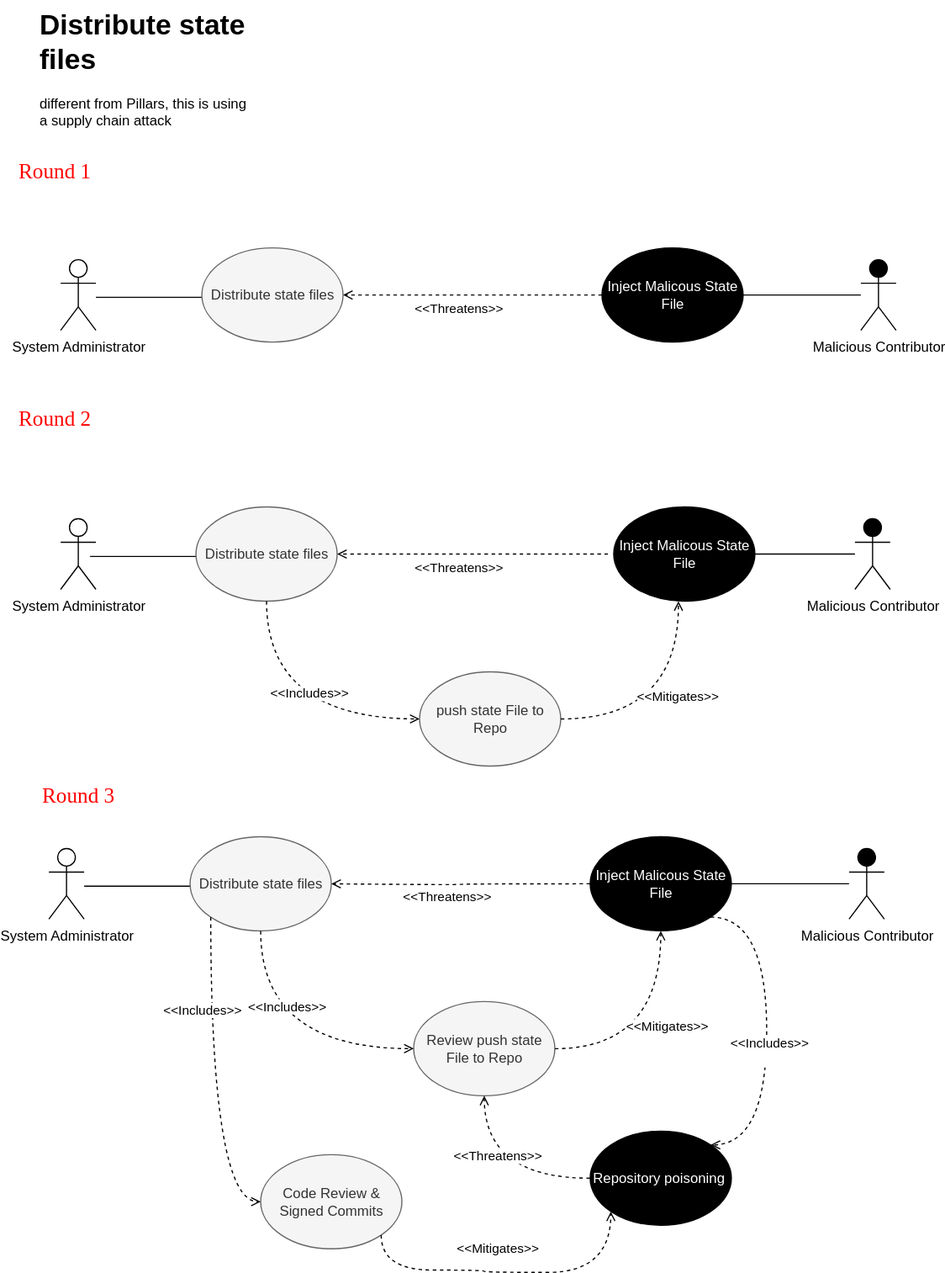
Before: use_cases/Use_Misuse_case_John.svg, a diagram exported from draw.io (smfarjad/CYBR8420_Team3). Source tidied: cells renumbered, new cells last; positions are measured from the earlier drawing's top-left corner, leaving out a move shared by most shapes. Source of this version:
```xml
<mxGraphModel>
  <root>
    <mxCell id="0" />
    <mxCell id="1" parent="0" />
    <mxCell id="2" value="System Administrator" style="shape=umlActor;verticalLabelPosition=bottom;verticalAlign=top;html=1;fillColor=#FFFFFF;" parent="1" vertex="1">
      <mxGeometry x="40" y="220" width="30" height="60" as="geometry" />
    </mxCell>
    <mxCell id="3" style="endArrow=none;html=1;" parent="1" edge="1">
      <mxGeometry relative="1" as="geometry">
        <mxPoint x="70" y="252" as="sourcePoint" />
        <mxPoint x="160" y="252" as="targetPoint" />
      </mxGeometry>
    </mxCell>
    <mxCell id="4" value="Distribute state files" style="ellipse;whiteSpace=wrap;html=1;fillColor=#f5f5f5;fontColor=#333333;strokeColor=#666666;" parent="1" vertex="1">
      <mxGeometry x="160" y="210" width="120" height="80" as="geometry" />
    </mxCell>
    <mxCell id="5" style="edgeStyle=orthogonalEdgeStyle;rounded=0;jettySize=auto;html=1;entryX=1;entryY=0.5;entryDx=0;entryDy=0;endArrow=none;endFill=0;" parent="1" edge="1" source="6">
      <mxGeometry relative="1" as="geometry">
        <mxPoint x="620" y="250" as="targetPoint" />
      </mxGeometry>
    </mxCell>
    <mxCell id="6" value="Malicious Contributor" style="shape=umlActor;verticalLabelPosition=bottom;verticalAlign=top;html=1;outlineConnect=0;fillColor=#000000;" parent="1" vertex="1">
      <mxGeometry x="720" y="220" width="30" height="60" as="geometry" />
    </mxCell>
    <mxCell id="7" style="edgeStyle=orthogonalEdgeStyle;curved=1;rounded=0;jettySize=auto;html=1;entryX=1;entryY=0.5;entryDx=0;entryDy=0;dashed=1;endArrow=open;endFill=0;strokeWidth=1;" parent="1" edge="1" source="9">
      <mxGeometry relative="1" as="geometry">
        <mxPoint x="280" y="250" as="targetPoint" />
      </mxGeometry>
    </mxCell>
    <mxCell id="8" value="&amp;lt;&amp;lt;Threatens&amp;gt;&amp;gt;" style="edgeLabel;html=1;align=center;verticalAlign=middle;" parent="7" vertex="1">
      <mxGeometry x="0.11" y="1" relative="1" as="geometry">
        <mxPoint y="9" as="offset" />
      </mxGeometry>
    </mxCell>
    <mxCell id="9" value="Inject Malicous State File" style="ellipse;whiteSpace=wrap;html=1;fillColor=#000000;fontColor=#FFFFFF;" parent="1" vertex="1">
      <mxGeometry x="500" y="210" width="120" height="80" as="geometry" />
    </mxCell>
    <mxCell id="10" value="&lt;h1 style=&quot;margin-top: 0px;&quot;&gt;Distribute state files&lt;/h1&gt;&lt;div&gt;different from Pillars, this is using a supply chain attack&amp;nbsp;&lt;/div&gt;" style="text;html=1;whiteSpace=wrap;overflow=hidden;rounded=0;" parent="1" vertex="1">
      <mxGeometry x="20" width="180" height="120" as="geometry" />
    </mxCell>
    <mxCell id="11" value="&lt;font face=&quot;Times New Roman&quot; style=&quot;color: rgb(255, 0, 0); font-size: 18px;&quot;&gt;Round 1&lt;/font&gt;" style="text;html=1;align=center;verticalAlign=middle;whiteSpace=wrap;rounded=0;" parent="1" vertex="1">
      <mxGeometry y="130" width="70" height="30" as="geometry" />
    </mxCell>
    <mxCell id="12" value="System Administrator" style="shape=umlActor;verticalLabelPosition=bottom;verticalAlign=top;html=1;fillColor=#FFFFFF;" parent="1" vertex="1">
      <mxGeometry x="30" y="720" width="30" height="60" as="geometry" />
    </mxCell>
    <mxCell id="13" style="endArrow=none;html=1;" parent="1" edge="1">
      <mxGeometry relative="1" as="geometry">
        <mxPoint x="60" y="752" as="sourcePoint" />
        <mxPoint x="150" y="752" as="targetPoint" />
      </mxGeometry>
    </mxCell>
    <mxCell id="14" value="Distribute state files" style="ellipse;whiteSpace=wrap;html=1;fillColor=#f5f5f5;fontColor=#333333;strokeColor=#666666;" parent="1" vertex="1">
      <mxGeometry x="150" y="710" width="120" height="80" as="geometry" />
    </mxCell>
    <mxCell id="15" value="Review push state File to Repo" style="ellipse;whiteSpace=wrap;html=1;fillColor=#f5f5f5;fontColor=#333333;strokeColor=#666666;" parent="1" vertex="1">
      <mxGeometry x="340" y="850" width="120" height="80" as="geometry" />
    </mxCell>
    <mxCell id="16" style="endArrow=open;dashed=1;html=1;entryX=0;entryY=0.5;entryDx=0;entryDy=0;edgeStyle=orthogonalEdgeStyle;curved=1;endFill=0;strokeWidth=1;exitX=0.5;exitY=1;exitDx=0;exitDy=0;" parent="1" edge="1" source="14" target="15">
      <mxGeometry relative="1" as="geometry" />
    </mxCell>
    <mxCell id="17" value="&amp;lt;&amp;lt;Includes&amp;gt;&amp;gt;" style="edgeLabel;html=1;align=center;verticalAlign=middle;" parent="16" vertex="1">
      <mxGeometry x="-0.45" y="21" relative="1" as="geometry" />
    </mxCell>
    <mxCell id="18" style="edgeStyle=orthogonalEdgeStyle;rounded=0;jettySize=auto;html=1;entryX=1;entryY=0.5;entryDx=0;entryDy=0;endArrow=none;endFill=0;" parent="1" edge="1" source="19">
      <mxGeometry relative="1" as="geometry">
        <mxPoint x="610" y="750" as="targetPoint" />
      </mxGeometry>
    </mxCell>
    <mxCell id="19" value="Malicious Contributor" style="shape=umlActor;verticalLabelPosition=bottom;verticalAlign=top;html=1;outlineConnect=0;fillColor=#000000;" parent="1" vertex="1">
      <mxGeometry x="710" y="720" width="30" height="60" as="geometry" />
    </mxCell>
    <mxCell id="20" style="edgeStyle=orthogonalEdgeStyle;curved=1;rounded=0;jettySize=auto;html=1;entryX=1;entryY=0.5;entryDx=0;entryDy=0;dashed=1;endArrow=open;endFill=0;strokeWidth=1;" parent="1" edge="1" source="22">
      <mxGeometry relative="1" as="geometry">
        <mxPoint x="270" y="750" as="targetPoint" />
        <Array as="points">
          <mxPoint x="380" y="750" />
          <mxPoint x="380" y="751" />
        </Array>
      </mxGeometry>
    </mxCell>
    <mxCell id="21" value="&amp;lt;&amp;lt;Threatens&amp;gt;&amp;gt;" style="edgeLabel;html=1;align=center;verticalAlign=middle;" parent="20" vertex="1">
      <mxGeometry x="0.11" y="1" relative="1" as="geometry">
        <mxPoint y="9" as="offset" />
      </mxGeometry>
    </mxCell>
    <mxCell id="22" value="Inject Malicous State File" style="ellipse;whiteSpace=wrap;html=1;fillColor=#000000;fontColor=#FFFFFF;" parent="1" vertex="1">
      <mxGeometry x="490" y="710" width="120" height="80" as="geometry" />
    </mxCell>
    <mxCell id="23" style="edgeStyle=orthogonalEdgeStyle;curved=1;rounded=0;jettySize=auto;html=1;dashed=1;endArrow=open;endFill=0;strokeWidth=1;exitX=1;exitY=0.5;exitDx=0;exitDy=0;entryX=0.5;entryY=1;entryDx=0;entryDy=0;" parent="1" edge="1" source="15" target="22">
      <mxGeometry relative="1" as="geometry" />
    </mxCell>
    <mxCell id="24" value="&amp;lt;&amp;lt;Mitigates&amp;gt;&amp;gt;" style="edgeLabel;html=1;align=center;verticalAlign=middle;" parent="23" vertex="1">
      <mxGeometry x="-0.23" y="23" relative="1" as="geometry">
        <mxPoint x="21" y="3" as="offset" />
      </mxGeometry>
    </mxCell>
    <mxCell id="25" value="&lt;font face=&quot;Times New Roman&quot; style=&quot;color: rgb(255, 0, 0); font-size: 18px;&quot;&gt;Round 2&lt;/font&gt;" style="text;html=1;align=center;verticalAlign=middle;whiteSpace=wrap;rounded=0;" parent="1" vertex="1">
      <mxGeometry y="340" width="70" height="30" as="geometry" />
    </mxCell>
    <mxCell id="26" value="System Administrator" style="shape=umlActor;verticalLabelPosition=bottom;verticalAlign=top;html=1;fillColor=#FFFFFF;" parent="1" vertex="1">
      <mxGeometry x="40" y="440" width="30" height="60" as="geometry" />
    </mxCell>
    <mxCell id="27" style="endArrow=none;html=1;" parent="1" edge="1">
      <mxGeometry relative="1" as="geometry">
        <mxPoint x="65" y="472" as="sourcePoint" />
        <mxPoint x="155" y="472" as="targetPoint" />
      </mxGeometry>
    </mxCell>
    <mxCell id="28" value="Distribute state files" style="ellipse;whiteSpace=wrap;html=1;fillColor=#f5f5f5;fontColor=#333333;strokeColor=#666666;" parent="1" vertex="1">
      <mxGeometry x="155" y="430" width="120" height="80" as="geometry" />
    </mxCell>
    <mxCell id="29" value="push state File to Repo" style="ellipse;whiteSpace=wrap;html=1;fillColor=#f5f5f5;fontColor=#333333;strokeColor=#666666;" parent="1" vertex="1">
      <mxGeometry x="345" y="570" width="120" height="80" as="geometry" />
    </mxCell>
    <mxCell id="30" style="endArrow=open;dashed=1;html=1;entryX=0;entryY=0.5;entryDx=0;entryDy=0;edgeStyle=orthogonalEdgeStyle;curved=1;endFill=0;strokeWidth=1;exitX=0.5;exitY=1;exitDx=0;exitDy=0;" parent="1" edge="1" source="28" target="29">
      <mxGeometry relative="1" as="geometry" />
    </mxCell>
    <mxCell id="31" value="&amp;lt;&amp;lt;Includes&amp;gt;&amp;gt;" style="edgeLabel;html=1;align=center;verticalAlign=middle;" parent="30" vertex="1">
      <mxGeometry x="0.17" y="23" relative="1" as="geometry" />
    </mxCell>
    <mxCell id="32" style="edgeStyle=orthogonalEdgeStyle;rounded=0;jettySize=auto;html=1;entryX=1;entryY=0.5;entryDx=0;entryDy=0;endArrow=none;endFill=0;" parent="1" edge="1" source="33">
      <mxGeometry relative="1" as="geometry">
        <mxPoint x="615" y="470" as="targetPoint" />
      </mxGeometry>
    </mxCell>
    <mxCell id="33" value="Malicious Contributor" style="shape=umlActor;verticalLabelPosition=bottom;verticalAlign=top;html=1;outlineConnect=0;fillColor=#000000;" parent="1" vertex="1">
      <mxGeometry x="715" y="440" width="30" height="60" as="geometry" />
    </mxCell>
    <mxCell id="34" style="edgeStyle=orthogonalEdgeStyle;curved=1;rounded=0;orthogonalLoop=1;jettySize=auto;html=1;entryX=1;entryY=0.5;entryDx=0;entryDy=0;dashed=1;endArrow=open;endFill=0;strokeWidth=1;" parent="1" edge="1">
      <mxGeometry relative="1" as="geometry">
        <mxPoint x="505" y="470" as="sourcePoint" />
        <mxPoint x="275" y="470" as="targetPoint" />
      </mxGeometry>
    </mxCell>
    <mxCell id="35" value="&amp;lt;&amp;lt;Threatens&amp;gt;&amp;gt;" style="edgeLabel;html=1;align=center;verticalAlign=middle;" parent="34" vertex="1">
      <mxGeometry x="0.11" y="1" relative="1" as="geometry">
        <mxPoint y="9" as="offset" />
      </mxGeometry>
    </mxCell>
    <mxCell id="36" value="Inject Malicous State File" style="ellipse;whiteSpace=wrap;html=1;fillColor=#000000;fontColor=#FFFFFF;" parent="1" vertex="1">
      <mxGeometry x="510" y="430" width="120" height="80" as="geometry" />
    </mxCell>
    <mxCell id="37" style="edgeStyle=orthogonalEdgeStyle;curved=1;rounded=0;jettySize=auto;html=1;dashed=1;endArrow=open;endFill=0;strokeWidth=1;exitX=1;exitY=0.5;exitDx=0;exitDy=0;entryX=0.5;entryY=1;entryDx=0;entryDy=0;" parent="1" edge="1" source="29">
      <mxGeometry relative="1" as="geometry">
        <mxPoint x="565" y="510" as="targetPoint" />
      </mxGeometry>
    </mxCell>
    <mxCell id="38" value="&amp;lt;&amp;lt;Mitigates&amp;gt;&amp;gt;" style="edgeLabel;html=1;align=center;verticalAlign=middle;" parent="37" vertex="1">
      <mxGeometry x="-0.23" y="23" relative="1" as="geometry">
        <mxPoint x="21" y="3" as="offset" />
      </mxGeometry>
    </mxCell>
    <mxCell id="39" value="&lt;font face=&quot;Times New Roman&quot; style=&quot;color: rgb(255, 0, 0); font-size: 18px;&quot;&gt;Round 3&lt;/font&gt;" style="text;html=1;align=center;verticalAlign=middle;whiteSpace=wrap;rounded=0;" parent="1" vertex="1">
      <mxGeometry x="20" y="660" width="70" height="30" as="geometry" />
    </mxCell>
    <mxCell id="40" value="Code Review &amp;amp; Signed Commits" style="ellipse;whiteSpace=wrap;html=1;fillColor=#f5f5f5;fontColor=#333333;strokeColor=#666666;" parent="1" vertex="1">
      <mxGeometry x="210" y="980" width="120" height="80" as="geometry" />
    </mxCell>
    <mxCell id="41" value="Repository poisoning&amp;nbsp;" style="ellipse;whiteSpace=wrap;html=1;fillColor=#000000;fontColor=#FFFFFF;" parent="1" vertex="1">
      <mxGeometry x="490" y="960" width="120" height="80" as="geometry" />
    </mxCell>
    <mxCell id="42" style="edgeStyle=orthogonalEdgeStyle;curved=1;rounded=0;jettySize=auto;html=1;entryX=1;entryY=0;entryDx=0;entryDy=0;dashed=1;endArrow=open;endFill=0;strokeWidth=1;exitX=1;exitY=1;exitDx=0;exitDy=0;" parent="1" edge="1" source="22" target="41">
      <mxGeometry relative="1" as="geometry">
        <Array as="points">
          <mxPoint x="640" y="778" />
          <mxPoint x="640" y="972" />
        </Array>
      </mxGeometry>
    </mxCell>
    <mxCell id="43" value="&amp;lt;&amp;lt;Includes&amp;gt;&amp;gt;&lt;div&gt;&lt;br&gt;&lt;/div&gt;" style="edgeLabel;html=1;align=center;verticalAlign=middle;" parent="42" vertex="1">
      <mxGeometry x="0.12" y="1" relative="1" as="geometry" />
    </mxCell>
    <mxCell id="44" style="edgeStyle=orthogonalEdgeStyle;curved=1;rounded=0;jettySize=auto;html=1;entryX=0.5;entryY=1;entryDx=0;entryDy=0;dashed=1;endArrow=open;endFill=0;strokeWidth=1;exitX=0;exitY=0.5;exitDx=0;exitDy=0;" parent="1" edge="1" source="41" target="15">
      <mxGeometry relative="1" as="geometry">
        <Array as="points">
          <mxPoint x="400" y="1000" />
        </Array>
      </mxGeometry>
    </mxCell>
    <mxCell id="45" value="&amp;lt;&amp;lt;Threatens&amp;gt;&amp;gt;" style="edgeLabel;html=1;align=center;verticalAlign=middle;" parent="44" vertex="1">
      <mxGeometry x="0.11" y="1" relative="1" as="geometry">
        <mxPoint x="9" y="-21" as="offset" />
      </mxGeometry>
    </mxCell>
    <mxCell id="46" style="edgeStyle=orthogonalEdgeStyle;curved=1;rounded=0;jettySize=auto;html=1;dashed=1;endArrow=open;endFill=0;strokeWidth=1;exitX=1;exitY=1;exitDx=0;exitDy=0;entryX=0;entryY=1;entryDx=0;entryDy=0;" parent="1" edge="1" source="40" target="41">
      <mxGeometry relative="1" as="geometry">
        <Array as="points">
          <mxPoint x="400" y="1078" />
          <mxPoint x="400" y="1080" />
          <mxPoint x="508" y="1080" />
        </Array>
      </mxGeometry>
    </mxCell>
    <mxCell id="47" value="&amp;lt;&amp;lt;Mitigates&amp;gt;&amp;gt;" style="edgeLabel;html=1;align=center;verticalAlign=middle;" parent="46" vertex="1">
      <mxGeometry x="-0.23" y="23" relative="1" as="geometry">
        <mxPoint x="21" y="3" as="offset" />
      </mxGeometry>
    </mxCell>
    <mxCell id="48" style="endArrow=open;dashed=1;html=1;entryX=0;entryY=0.5;entryDx=0;entryDy=0;edgeStyle=orthogonalEdgeStyle;curved=1;endFill=0;strokeWidth=1;exitX=0;exitY=1;exitDx=0;exitDy=0;" parent="1" edge="1" source="14" target="40">
      <mxGeometry relative="1" as="geometry" />
    </mxCell>
    <mxCell id="49" value="&amp;lt;&amp;lt;Includes&amp;gt;&amp;gt;" style="edgeLabel;html=1;align=center;verticalAlign=middle;" parent="48" vertex="1">
      <mxGeometry x="-0.45" y="21" relative="1" as="geometry">
        <mxPoint x="-29" as="offset" />
      </mxGeometry>
    </mxCell>
  </root>
</mxGraphModel>
```
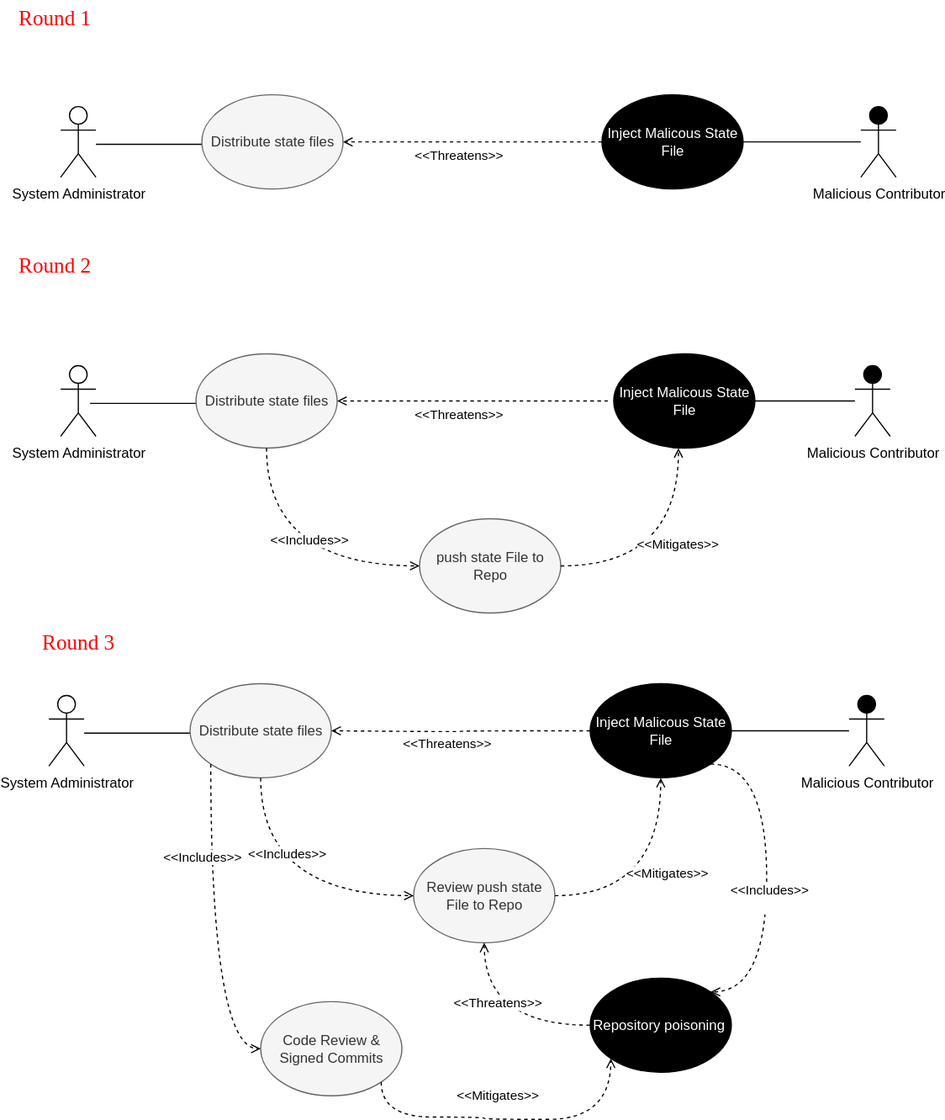
After the commit.

Change to the diagram source:
```diff
@@ -35,9 +35,6 @@
     <mxCell id="9" value="Inject Malicous State File" style="ellipse;whiteSpace=wrap;html=1;fillColor=#000000;fontColor=#FFFFFF;" parent="1" vertex="1">
       <mxGeometry x="500" y="210" width="120" height="80" as="geometry" />
     </mxCell>
-    <mxCell id="10" value="&lt;h1 style=&quot;margin-top: 0px;&quot;&gt;Distribute state files&lt;/h1&gt;&lt;div&gt;different from Pillars, this is using a supply chain attack&amp;nbsp;&lt;/div&gt;" style="text;html=1;whiteSpace=wrap;overflow=hidden;rounded=0;" parent="1" vertex="1">
-      <mxGeometry x="20" width="180" height="120" as="geometry" />
-    </mxCell>
     <mxCell id="11" value="&lt;font face=&quot;Times New Roman&quot; style=&quot;color: rgb(255, 0, 0); font-size: 18px;&quot;&gt;Round 1&lt;/font&gt;" style="text;html=1;align=center;verticalAlign=middle;whiteSpace=wrap;rounded=0;" parent="1" vertex="1">
       <mxGeometry y="130" width="70" height="30" as="geometry" />
     </mxCell>
```
